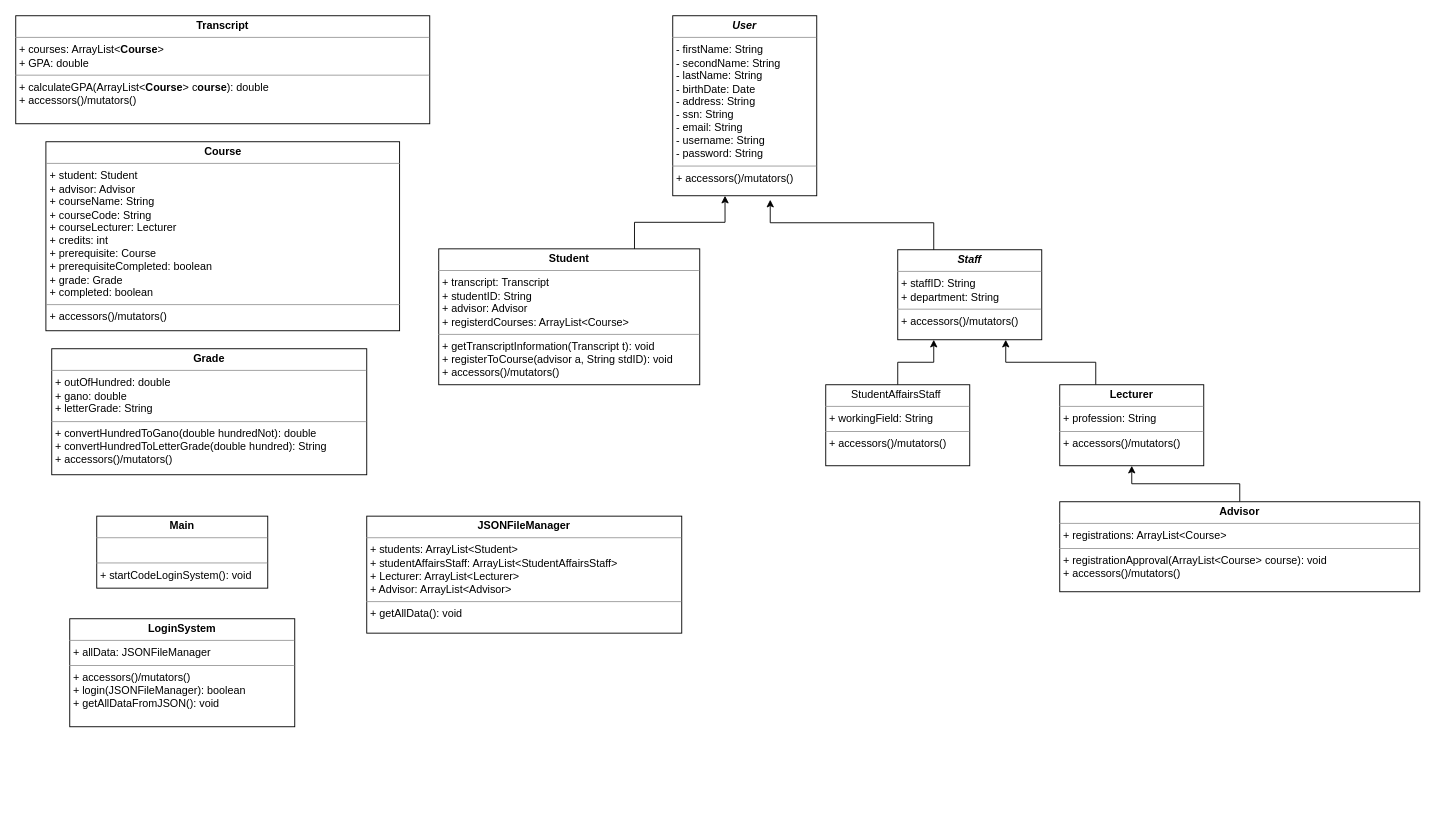
Above: Iteration_1/UML.drawio in yigittuncer07/CSE3063F23P1_GRP9 (draw.io), before the change. Source tidied: cells renumbered, new cells numbered last; positions are measured from the earlier drawing's top-left corner, leaving out a move shared by most shapes. Both pictures are drawn from the tidied source at 90%, with x=0, y=0 at pixel (15, 15).
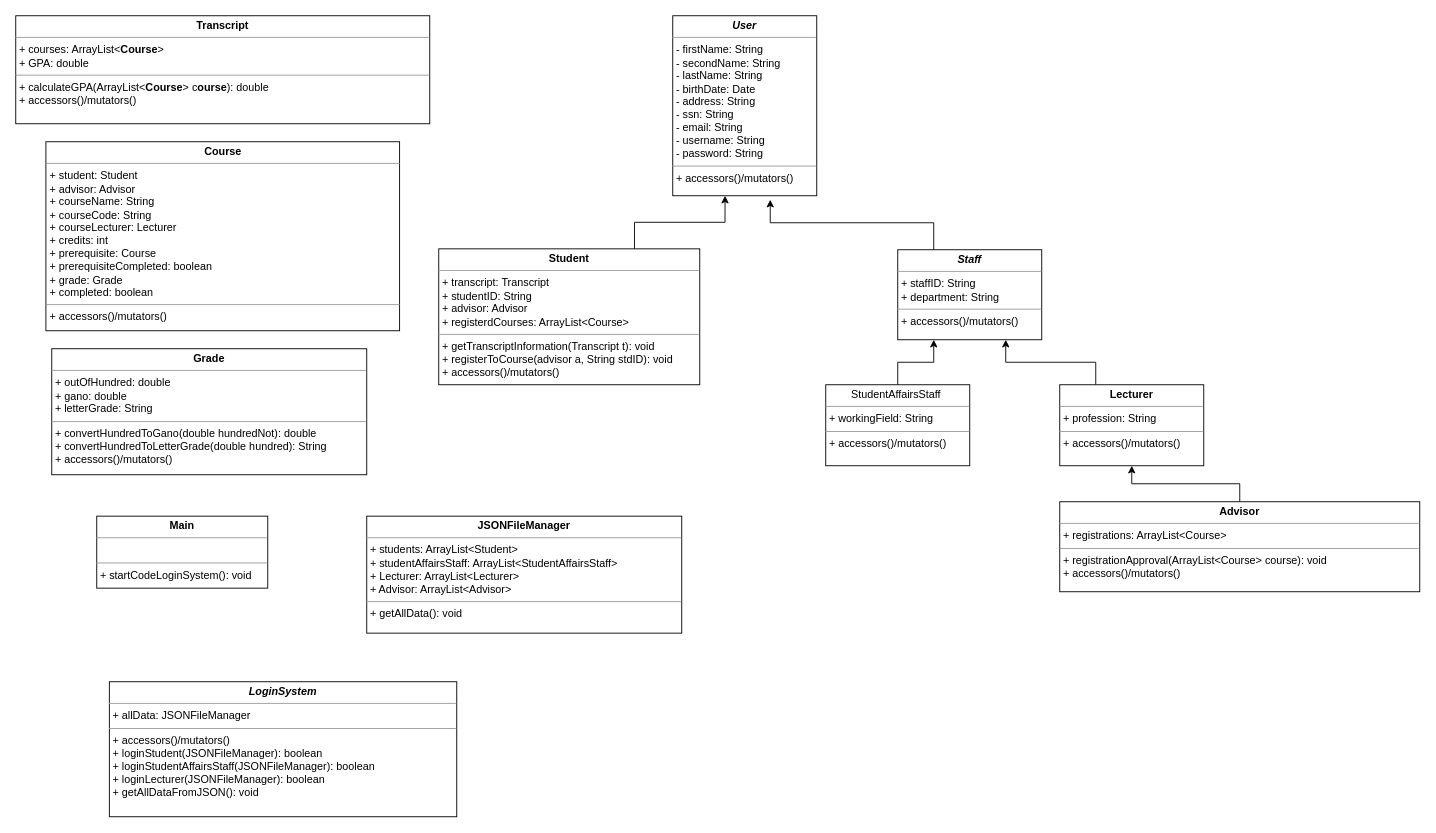
The same page after the edit.

Commit message:
Created 3 seperate methods for logging in

What changed in the source:
```diff
@@
 <mxGraphModel>
   <root>
     <mxCell id="0" />
     <mxCell id="1" parent="0" />
     <mxCell id="2" value="&lt;p style=&quot;margin:0px;margin-top:4px;text-align:center;&quot;&gt;&lt;b&gt;&lt;i&gt;User&lt;/i&gt;&lt;/b&gt;&lt;/p&gt;&lt;hr size=&quot;1&quot;&gt;&lt;p style=&quot;margin:0px;margin-left:4px;&quot;&gt;- firstName: String&lt;/p&gt;&lt;p style=&quot;margin:0px;margin-left:4px;&quot;&gt;- secondName: String&lt;/p&gt;&lt;p style=&quot;margin:0px;margin-left:4px;&quot;&gt;-&amp;nbsp;&lt;span style=&quot;background-color: initial;&quot;&gt;lastName: String&lt;/span&gt;&lt;/p&gt;&lt;p style=&quot;border-color: var(--border-color); margin: 0px 0px 0px 4px;&quot;&gt;- birthDate: Date&lt;/p&gt;&lt;p style=&quot;margin:0px;margin-left:4px;&quot;&gt;- address: String&lt;/p&gt;&lt;p style=&quot;margin:0px;margin-left:4px;&quot;&gt;- ssn: String&lt;/p&gt;&lt;p style=&quot;margin:0px;margin-left:4px;&quot;&gt;- email: String&lt;/p&gt;&lt;p style=&quot;margin:0px;margin-left:4px;&quot;&gt;- username: String&lt;/p&gt;&lt;p style=&quot;margin:0px;margin-left:4px;&quot;&gt;- password: String&lt;/p&gt;&lt;hr size=&quot;1&quot;&gt;&lt;p style=&quot;margin:0px;margin-left:4px;&quot;&gt;+ accessors()/mutators()&lt;/p&gt;" style="verticalAlign=top;align=left;overflow=fill;fontSize=12;fontFamily=Helvetica;html=1;whiteSpace=wrap;" parent="1" vertex="1">
       <mxGeometry x="730" width="160" height="200" as="geometry" />
     </mxCell>
     <mxCell id="3" value="&lt;p style=&quot;margin:0px;margin-top:4px;text-align:center;&quot;&gt;&lt;b&gt;Student&lt;/b&gt;&lt;/p&gt;&lt;hr size=&quot;1&quot;&gt;&lt;p style=&quot;margin:0px;margin-left:4px;&quot;&gt;+ transcript: Transcript&lt;/p&gt;&lt;p style=&quot;margin:0px;margin-left:4px;&quot;&gt;+ studentID: String&lt;/p&gt;&lt;p style=&quot;margin:0px;margin-left:4px;&quot;&gt;+ advisor: Advisor&lt;/p&gt;&lt;p style=&quot;margin:0px;margin-left:4px;&quot;&gt;+ registerdCourses: ArrayList&amp;lt;Course&amp;gt;&lt;/p&gt;&lt;hr size=&quot;1&quot;&gt;&lt;p style=&quot;margin:0px;margin-left:4px;&quot;&gt;+ getTranscriptInformation(Transcript t): void&lt;/p&gt;&lt;p style=&quot;margin:0px;margin-left:4px;&quot;&gt;&lt;span style=&quot;background-color: initial;&quot;&gt;+ registerToCourse(advisor a, String stdID): void&lt;/span&gt;&lt;/p&gt;&lt;p style=&quot;margin:0px;margin-left:4px;&quot;&gt;&lt;span style=&quot;background-color: initial;&quot;&gt;+ accessors()/mutators()&lt;/span&gt;&lt;br&gt;&lt;/p&gt;" style="verticalAlign=top;align=left;overflow=fill;fontSize=12;fontFamily=Helvetica;html=1;whiteSpace=wrap;" parent="1" vertex="1">
       <mxGeometry x="470" y="259" width="290" height="151" as="geometry" />
     </mxCell>
     <mxCell id="4" style="edgeStyle=orthogonalEdgeStyle;rounded=0;jettySize=auto;html=1;exitX=0.5;exitY=0;exitDx=0;exitDy=0;entryX=0.5;entryY=1;entryDx=0;entryDy=0;" parent="1" edge="1" source="5" target="13">
       <mxGeometry relative="1" as="geometry" />
     </mxCell>
     <mxCell id="5" value="&lt;p style=&quot;margin:0px;margin-top:4px;text-align:center;&quot;&gt;&lt;b&gt;Advisor&lt;/b&gt;&lt;/p&gt;&lt;hr size=&quot;1&quot;&gt;&lt;p style=&quot;margin:0px;margin-left:4px;&quot;&gt;+ registrations: ArrayList&amp;lt;Course&amp;gt;&lt;/p&gt;&lt;hr size=&quot;1&quot;&gt;&lt;p style=&quot;margin:0px;margin-left:4px;&quot;&gt;+ registrationApproval(ArrayList&amp;lt;Course&amp;gt; course): void&lt;/p&gt;&lt;p style=&quot;margin:0px;margin-left:4px;&quot;&gt;+ accessors()/mutators()&lt;br&gt;&lt;/p&gt;" style="verticalAlign=top;align=left;overflow=fill;fontSize=12;fontFamily=Helvetica;html=1;whiteSpace=wrap;" parent="1" vertex="1">
       <mxGeometry x="1160" y="540" width="400" height="100" as="geometry" />
     </mxCell>
     <mxCell id="6" value="&lt;p style=&quot;margin:0px;margin-top:4px;text-align:center;&quot;&gt;&lt;b&gt;Course&lt;/b&gt;&lt;/p&gt;&lt;hr size=&quot;1&quot;&gt;&lt;p style=&quot;margin:0px;margin-left:4px;&quot;&gt;+ student: Student&lt;/p&gt;&lt;p style=&quot;margin:0px;margin-left:4px;&quot;&gt;+ advisor: Advisor&lt;/p&gt;&lt;p style=&quot;margin:0px;margin-left:4px;&quot;&gt;+ courseName: String&lt;/p&gt;&lt;p style=&quot;margin:0px;margin-left:4px;&quot;&gt;+ courseCode: String&lt;/p&gt;&lt;p style=&quot;margin:0px;margin-left:4px;&quot;&gt;+ courseLecturer: Lecturer&lt;/p&gt;&lt;p style=&quot;margin:0px;margin-left:4px;&quot;&gt;+ credits: int&lt;/p&gt;&lt;p style=&quot;margin:0px;margin-left:4px;&quot;&gt;+ prerequisite: Course&lt;/p&gt;&lt;p style=&quot;margin:0px;margin-left:4px;&quot;&gt;+ prerequisiteCompleted: boolean&lt;/p&gt;&lt;p style=&quot;margin:0px;margin-left:4px;&quot;&gt;+ grade: Grade&lt;/p&gt;&lt;p style=&quot;margin:0px;margin-left:4px;&quot;&gt;+ completed: boolean&lt;/p&gt;&lt;hr size=&quot;1&quot;&gt;&lt;p style=&quot;margin:0px;margin-left:4px;&quot;&gt;+ accessors()/mutators()&lt;/p&gt;" style="verticalAlign=top;align=left;overflow=fill;fontSize=12;fontFamily=Helvetica;html=1;whiteSpace=wrap;" parent="1" vertex="1">
       <mxGeometry x="33.5" y="140" width="393" height="210" as="geometry" />
     </mxCell>
     <mxCell id="7" value="&lt;p style=&quot;margin:0px;margin-top:4px;text-align:center;&quot;&gt;&lt;b&gt;Transcript&lt;/b&gt;&lt;/p&gt;&lt;hr size=&quot;1&quot;&gt;&lt;p style=&quot;margin:0px;margin-left:4px;&quot;&gt;+ courses: ArrayList&amp;lt;&lt;b style=&quot;border-color: var(--border-color); text-align: center;&quot;&gt;Course&lt;/b&gt;&lt;span style=&quot;background-color: initial;&quot;&gt;&amp;gt;&lt;/span&gt;&lt;br&gt;&lt;/p&gt;&lt;p style=&quot;margin:0px;margin-left:4px;&quot;&gt;&lt;span style=&quot;background-color: initial;&quot;&gt;+ GPA: double&lt;/span&gt;&lt;/p&gt;&lt;hr size=&quot;1&quot;&gt;&lt;p style=&quot;margin:0px;margin-left:4px;&quot;&gt;+ calculateGPA(ArrayList&amp;lt;&lt;b style=&quot;border-color: var(--border-color); text-align: center;&quot;&gt;Course&lt;/b&gt;&amp;gt; c&lt;b style=&quot;border-color: var(--border-color); text-align: center;&quot;&gt;ourse&lt;/b&gt;): double&lt;/p&gt;&lt;p style=&quot;margin:0px;margin-left:4px;&quot;&gt;+ accessors()/mutators()&lt;br&gt;&lt;/p&gt;" style="verticalAlign=top;align=left;overflow=fill;fontSize=12;fontFamily=Helvetica;html=1;whiteSpace=wrap;" parent="1" vertex="1">
       <mxGeometry width="460" height="120" as="geometry" />
     </mxCell>
     <mxCell id="8" value="&lt;p style=&quot;margin:0px;margin-top:4px;text-align:center;&quot;&gt;&lt;b&gt;Grade&lt;/b&gt;&lt;/p&gt;&lt;hr size=&quot;1&quot;&gt;&lt;p style=&quot;margin:0px;margin-left:4px;&quot;&gt;+ outOfHundred: double&lt;/p&gt;&lt;p style=&quot;margin:0px;margin-left:4px;&quot;&gt;+ gano: double&lt;/p&gt;&lt;p style=&quot;margin:0px;margin-left:4px;&quot;&gt;+ letterGrade: String&lt;/p&gt;&lt;hr size=&quot;1&quot;&gt;&lt;p style=&quot;margin:0px;margin-left:4px;&quot;&gt;+ convertHundredToGano(double hundredNot): double&lt;/p&gt;&lt;p style=&quot;margin:0px;margin-left:4px;&quot;&gt;+ convertHundredToLetterGrade(double hundred): String&lt;/p&gt;&lt;p style=&quot;margin:0px;margin-left:4px;&quot;&gt;+ accessors()/mutators()&lt;br&gt;&lt;/p&gt;" style="verticalAlign=top;align=left;overflow=fill;fontSize=12;fontFamily=Helvetica;html=1;whiteSpace=wrap;" parent="1" vertex="1">
       <mxGeometry x="40" y="370" width="350" height="140" as="geometry" />
     </mxCell>
     <mxCell id="9" style="edgeStyle=orthogonalEdgeStyle;rounded=0;jettySize=auto;html=1;exitX=0.75;exitY=0;exitDx=0;exitDy=0;entryX=0.363;entryY=1;entryDx=0;entryDy=0;entryPerimeter=0;" parent="1" edge="1" source="3" target="2">
       <mxGeometry relative="1" as="geometry" />
     </mxCell>
     <mxCell id="10" value="&lt;p style=&quot;margin:0px;margin-top:4px;text-align:center;&quot;&gt;&lt;b&gt;&lt;i&gt;Staff&lt;/i&gt;&lt;/b&gt;&lt;/p&gt;&lt;hr size=&quot;1&quot;&gt;&lt;p style=&quot;margin:0px;margin-left:4px;&quot;&gt;+ staffID: String&lt;/p&gt;&lt;p style=&quot;margin:0px;margin-left:4px;&quot;&gt;+ department: String&lt;/p&gt;&lt;hr size=&quot;1&quot;&gt;&lt;p style=&quot;margin:0px;margin-left:4px;&quot;&gt;+ accessors()/mutators()&lt;br&gt;&lt;/p&gt;" style="verticalAlign=top;align=left;overflow=fill;fontSize=12;fontFamily=Helvetica;html=1;whiteSpace=wrap;" parent="1" vertex="1">
       <mxGeometry x="980" y="260" width="160" height="100" as="geometry" />
     </mxCell>
     <mxCell id="11" style="edgeStyle=orthogonalEdgeStyle;rounded=0;jettySize=auto;html=1;exitX=0.25;exitY=0;exitDx=0;exitDy=0;entryX=0.677;entryY=1.022;entryDx=0;entryDy=0;entryPerimeter=0;" parent="1" edge="1" source="10" target="2">
       <mxGeometry relative="1" as="geometry" />
     </mxCell>
     <mxCell id="12" style="edgeStyle=orthogonalEdgeStyle;rounded=0;jettySize=auto;html=1;exitX=0.25;exitY=0;exitDx=0;exitDy=0;entryX=0.75;entryY=1;entryDx=0;entryDy=0;" parent="1" edge="1" source="13" target="10">
       <mxGeometry relative="1" as="geometry" />
     </mxCell>
     <mxCell id="13" value="&lt;p style=&quot;margin:0px;margin-top:4px;text-align:center;&quot;&gt;&lt;b&gt;Lecturer&lt;/b&gt;&lt;/p&gt;&lt;hr size=&quot;1&quot;&gt;&lt;p style=&quot;margin:0px;margin-left:4px;&quot;&gt;+&amp;nbsp;profession: String&lt;/p&gt;&lt;hr size=&quot;1&quot;&gt;&lt;p style=&quot;margin:0px;margin-left:4px;&quot;&gt;+ accessors()/mutators()&lt;br&gt;&lt;/p&gt;" style="verticalAlign=top;align=left;overflow=fill;fontSize=12;fontFamily=Helvetica;html=1;whiteSpace=wrap;" parent="1" vertex="1">
       <mxGeometry x="1160" y="410" width="160" height="90" as="geometry" />
     </mxCell>
-    <mxCell id="14" value="&lt;p style=&quot;margin:0px;margin-top:4px;text-align:center;&quot;&gt;&lt;b&gt;LoginSystem&lt;/b&gt;&lt;/p&gt;&lt;hr size=&quot;1&quot;&gt;&lt;p style=&quot;margin:0px;margin-left:4px;&quot;&gt;+ allData: JSONFileManager&lt;/p&gt;&lt;hr size=&quot;1&quot;&gt;&lt;p style=&quot;margin:0px;margin-left:4px;&quot;&gt;+ accessors()/mutators()&lt;br&gt;&lt;/p&gt;&lt;p style=&quot;margin:0px;margin-left:4px;&quot;&gt;+ login(JSONFileManager): boolean&lt;/p&gt;&lt;p style=&quot;margin:0px;margin-left:4px;&quot;&gt;+ getAllDataFromJSON(): void&lt;br&gt;&lt;/p&gt;" style="verticalAlign=top;align=left;overflow=fill;fontSize=12;fontFamily=Helvetica;html=1;whiteSpace=wrap;" parent="1" vertex="1">
-      <mxGeometry x="60" y="670" width="250" height="120" as="geometry" />
+    <mxCell id="14" value="&lt;p style=&quot;margin:0px;margin-top:4px;text-align:center;&quot;&gt;&lt;b&gt;&lt;i&gt;LoginSystem&lt;/i&gt;&lt;/b&gt;&lt;/p&gt;&lt;hr size=&quot;1&quot;&gt;&lt;p style=&quot;margin:0px;margin-left:4px;&quot;&gt;+ allData: JSONFileManager&lt;/p&gt;&lt;hr size=&quot;1&quot;&gt;&lt;p style=&quot;margin:0px;margin-left:4px;&quot;&gt;+ accessors()/mutators()&lt;br&gt;&lt;/p&gt;&lt;p style=&quot;margin:0px;margin-left:4px;&quot;&gt;+ loginStudent(JSONFileManager): boolean&lt;/p&gt;&lt;p style=&quot;border-color: var(--border-color); margin: 0px 0px 0px 4px;&quot;&gt;+ loginStudentAffairsStaff(JSONFileManager): boolean&lt;/p&gt;&lt;div&gt;&lt;p style=&quot;border-color: var(--border-color); margin: 0px 0px 0px 4px;&quot;&gt;+ loginLecturer(JSONFileManager): boolean&lt;/p&gt;&lt;/div&gt;&lt;p style=&quot;margin:0px;margin-left:4px;&quot;&gt;+ getAllDataFromJSON(): void&lt;br&gt;&lt;/p&gt;&lt;p style=&quot;margin:0px;margin-left:4px;&quot;&gt;&lt;br&gt;&lt;/p&gt;" style="verticalAlign=top;align=left;overflow=fill;fontSize=12;fontFamily=Helvetica;html=1;whiteSpace=wrap;" parent="1" vertex="1">
+      <mxGeometry x="104" y="740" width="386" height="150" as="geometry" />
     </mxCell>
     <mxCell id="15" style="edgeStyle=orthogonalEdgeStyle;rounded=0;jettySize=auto;html=1;exitX=0.5;exitY=0;exitDx=0;exitDy=0;entryX=0.25;entryY=1;entryDx=0;entryDy=0;" parent="1" edge="1" source="16" target="10">
       <mxGeometry relative="1" as="geometry" />
     </mxCell>
     <mxCell id="16" value="&lt;p style=&quot;margin:0px;margin-top:4px;text-align:center;&quot;&gt;StudentAffairsStaff&amp;nbsp;&lt;br&gt;&lt;/p&gt;&lt;hr size=&quot;1&quot;&gt;&lt;p style=&quot;margin:0px;margin-left:4px;&quot;&gt;+&amp;nbsp;workingField: String&lt;/p&gt;&lt;hr size=&quot;1&quot;&gt;&lt;p style=&quot;margin:0px;margin-left:4px;&quot;&gt;+ accessors()/mutators()&lt;br&gt;&lt;/p&gt;" style="verticalAlign=top;align=left;overflow=fill;fontSize=12;fontFamily=Helvetica;html=1;whiteSpace=wrap;" parent="1" vertex="1">
       <mxGeometry x="900" y="410" width="160" height="90" as="geometry" />
     </mxCell>
     <mxCell id="17" value="&lt;p style=&quot;margin:0px;margin-top:4px;text-align:center;&quot;&gt;&lt;b&gt;Main&lt;/b&gt;&lt;/p&gt;&lt;hr size=&quot;1&quot;&gt;&lt;p style=&quot;margin:0px;margin-left:4px;&quot;&gt;&lt;br&gt;&lt;/p&gt;&lt;hr size=&quot;1&quot;&gt;&lt;p style=&quot;margin:0px;margin-left:4px;&quot;&gt;+ startCodeLoginSystem(): void&lt;/p&gt;" style="verticalAlign=top;align=left;overflow=fill;fontSize=12;fontFamily=Helvetica;html=1;whiteSpace=wrap;" parent="1" vertex="1">
       <mxGeometry x="90" y="556" width="190" height="80" as="geometry" />
     </mxCell>
     <mxCell id="18" value="&lt;p style=&quot;margin:0px;margin-top:4px;text-align:center;&quot;&gt;&lt;b&gt;JSONFileManager&lt;/b&gt;&lt;/p&gt;&lt;hr size=&quot;1&quot;&gt;&lt;p style=&quot;margin:0px;margin-left:4px;&quot;&gt;+ students: ArrayList&amp;lt;Student&amp;gt;&lt;/p&gt;&lt;p style=&quot;margin:0px;margin-left:4px;&quot;&gt;+ studentAffairsStaff: ArrayList&amp;lt;StudentAffairsStaff&amp;gt;&lt;/p&gt;&lt;p style=&quot;margin:0px;margin-left:4px;&quot;&gt;+ Lecturer: ArrayList&amp;lt;Lecturer&amp;gt;&lt;/p&gt;&lt;p style=&quot;margin:0px;margin-left:4px;&quot;&gt;+ Advisor: ArrayList&amp;lt;Advisor&amp;gt;&lt;/p&gt;&lt;hr size=&quot;1&quot;&gt;&lt;p style=&quot;margin:0px;margin-left:4px;&quot;&gt;+ getAllData(): void&lt;/p&gt;" style="verticalAlign=top;align=left;overflow=fill;fontSize=12;fontFamily=Helvetica;html=1;whiteSpace=wrap;" parent="1" vertex="1">
       <mxGeometry x="390" y="556" width="350" height="130" as="geometry" />
     </mxCell>
   </root>
 </mxGraphModel>
```
